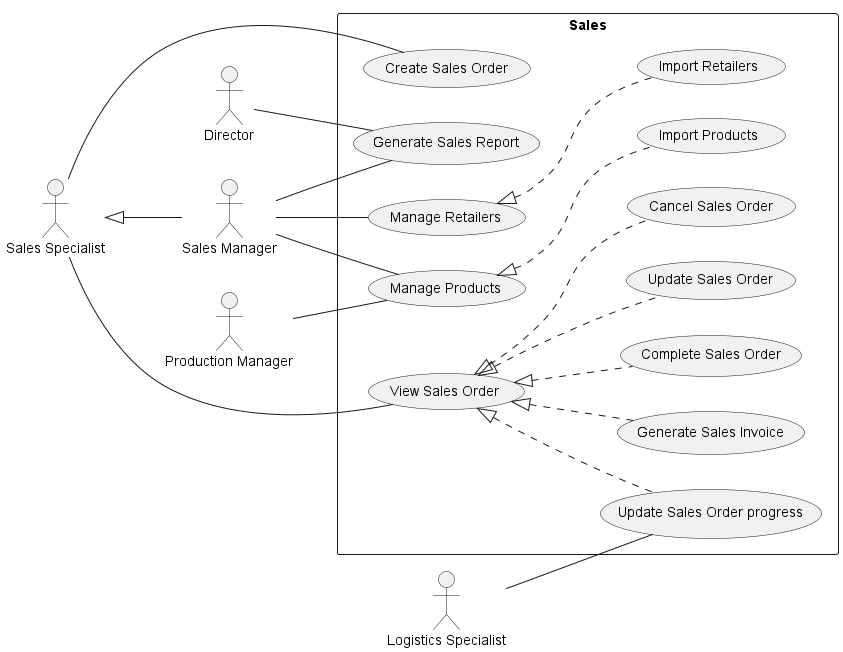
phihungha/scmss-reqs keeps this PlantUML diagram as use-cases/Sales.png. Above is the earlier version.
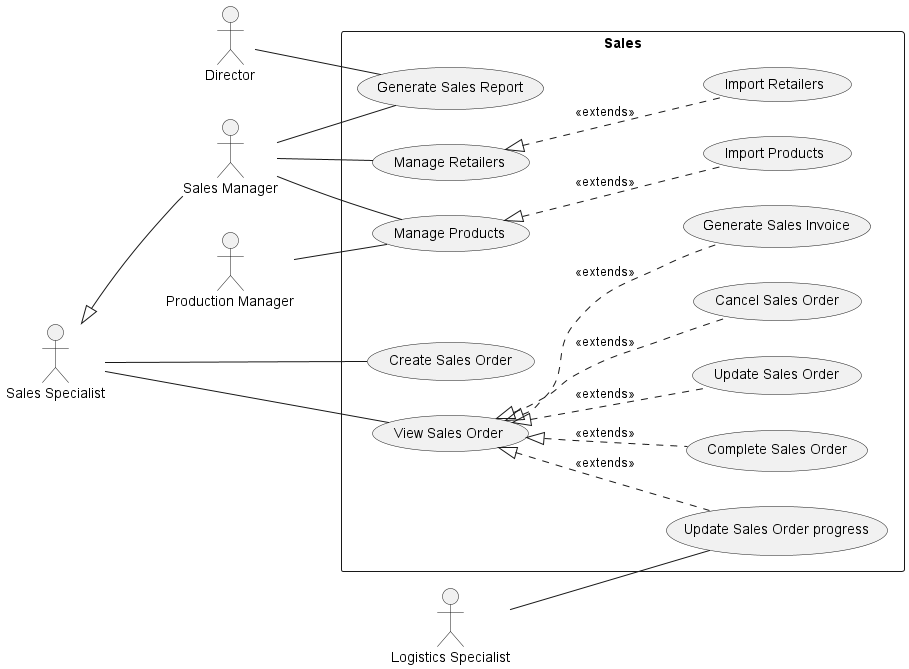
After the change.

What changed in the source:
```diff
@@ -14,19 +14,19 @@
 rectangle Sales {
     s -- (Create Sales Order)
     s -- (View Sales Order)
-    (View Sales Order) <|.. (Update Sales Order)
-    (View Sales Order) <|.. (Update Sales Order progress)
-    (View Sales Order) <|.. (Cancel Sales Order)
+    (View Sales Order) <|.. (Update Sales Order) : <<extends>>
+    (View Sales Order) <|.. (Update Sales Order progress) : <<extends>>
+    (View Sales Order) <|.. (Cancel Sales Order) : <<extends>>
     ls -- (Update Sales Order progress)
-    (View Sales Order) <|.. (Generate Sales Invoice)
-    (View Sales Order) <|.. (Complete Sales Order)
+    (View Sales Order) <|.. (Generate Sales Invoice) : <<extends>>
+    (View Sales Order) <|.. (Complete Sales Order) : <<extends>>
 
     sm -- (Generate Sales Report)
     d -- (Generate Sales Report)
     pm -- (Manage Products)
     sm -- (Manage Products)
-    (Manage Products) <|.. (Import Products)
+    (Manage Products) <|.. (Import Products) : <<extends>>
     sm -- (Manage Retailers)
-    (Manage Retailers) <|.. (Import Retailers)
+    (Manage Retailers) <|.. (Import Retailers) : <<extends>>
 }
 @enduml
```
